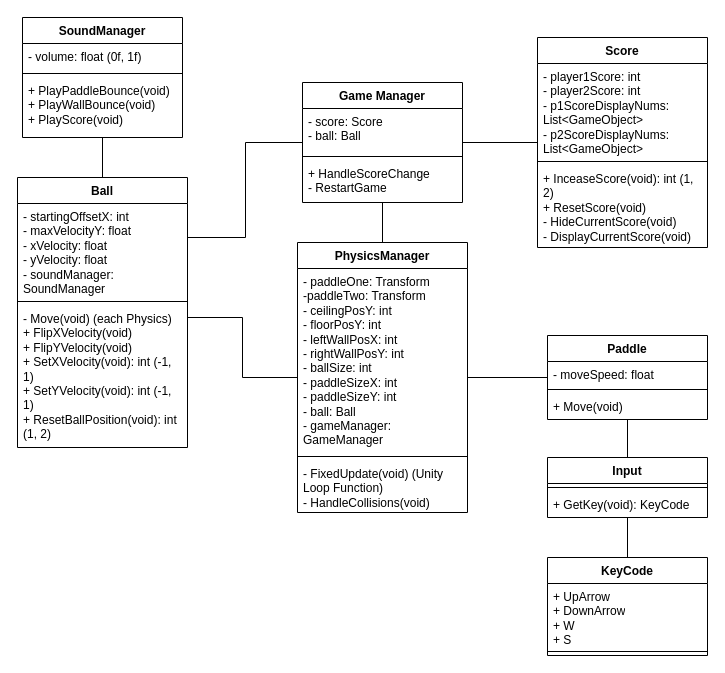
Before: Documents/UML_Pong.drawio in codingcaiden03/codingcaiden03, a draw.io diagram. Source tidied: cells renumbered, new cells numbered last; positions are measured from the earlier drawing's top-left corner, leaving out a move shared by most shapes. Both pictures are drawn from the tidied source at 100%, with x=0, y=0 at pixel (17, 17).
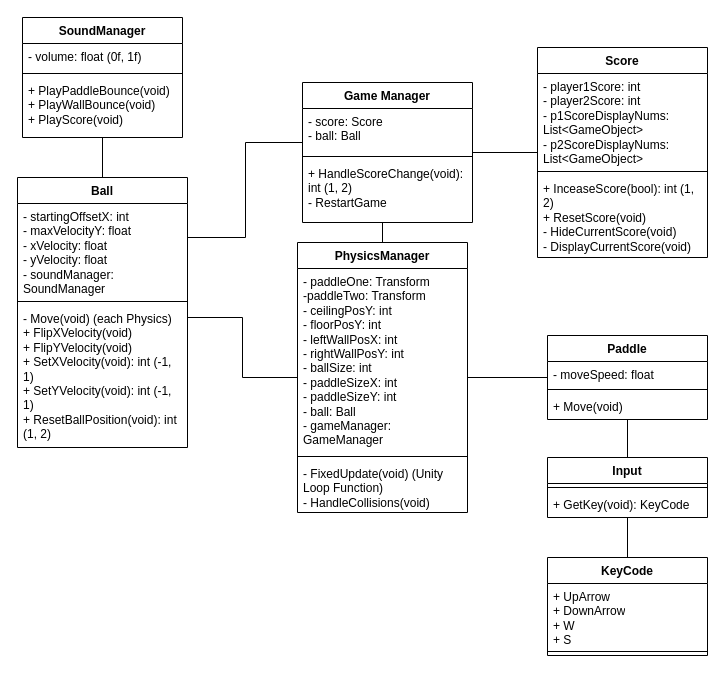
Above is the later version.

The edit, as a diff of the source:
```diff
@@
     <mxCell id="16" value="&lt;div&gt;Score&lt;/div&gt;" style="swimlane;fontStyle=1;align=center;verticalAlign=top;horizontal=1;startSize=26;whiteSpace=wrap;html=1;" parent="1" vertex="1">
-      <mxGeometry x="520" y="20" width="170" height="210" as="geometry" />
+      <mxGeometry x="520" y="30" width="170" height="210" as="geometry" />
     </mxCell>
@@
-    <mxCell id="19" value="&lt;div&gt;+ InceaseScore(void): int (1, 2)&lt;/div&gt;&lt;div&gt;+ ResetScore(void)&lt;br&gt;&lt;/div&gt;&lt;div&gt;- HideCurrentScore(void)&lt;/div&gt;&lt;div&gt;- DisplayCurrentScore(void)&lt;br&gt;&lt;/div&gt;" style="text;strokeColor=none;fillColor=none;align=left;verticalAlign=top;spacingLeft=4;spacingRight=4;overflow=hidden;whiteSpace=wrap;html=1;" parent="16" vertex="1">
+    <mxCell id="19" value="&lt;div&gt;+ InceaseScore(bool): int (1, 2)&lt;/div&gt;&lt;div&gt;+ ResetScore(void)&lt;br&gt;&lt;/div&gt;&lt;div&gt;- HideCurrentScore(void)&lt;/div&gt;&lt;div&gt;- DisplayCurrentScore(void)&lt;br&gt;&lt;/div&gt;" style="text;strokeColor=none;fillColor=none;align=left;verticalAlign=top;spacingLeft=4;spacingRight=4;overflow=hidden;whiteSpace=wrap;html=1;" parent="16" vertex="1">
       <mxGeometry y="128" width="170" height="82" as="geometry" />
     </mxCell>
@@
     <mxCell id="29" value="Game Manager" style="swimlane;fontStyle=1;align=center;verticalAlign=top;horizontal=1;startSize=26;whiteSpace=wrap;html=1;" parent="1" vertex="1">
-      <mxGeometry x="285" y="65" width="160" height="120" as="geometry" />
+      <mxGeometry x="285" y="65" width="170" height="140" as="geometry" />
     </mxCell>
     <mxCell id="30" value="&lt;div&gt;- score: Score&lt;br&gt;&lt;/div&gt;&lt;div&gt;- ball: Ball&lt;/div&gt;" style="text;strokeColor=none;fillColor=none;align=left;verticalAlign=top;spacingLeft=4;spacingRight=4;overflow=hidden;whiteSpace=wrap;html=1;" parent="29" vertex="1">
-      <mxGeometry y="26" width="160" height="44" as="geometry" />
+      <mxGeometry y="26" width="170" height="44" as="geometry" />
     </mxCell>
     <mxCell id="31" style="line;strokeWidth=1;fillColor=none;align=left;verticalAlign=middle;spacingTop=-1;spacingLeft=3;spacingRight=3;labelPosition=right;strokeColor=inherit;" parent="29" vertex="1">
-      <mxGeometry y="70" width="160" height="8" as="geometry" />
+      <mxGeometry y="70" width="170" height="8" as="geometry" />
     </mxCell>
-    <mxCell id="32" value="&lt;div&gt;+ HandleScoreChange&lt;/div&gt;&lt;div&gt;- RestartGame&lt;br&gt;&lt;/div&gt;" style="text;strokeColor=none;fillColor=none;align=left;verticalAlign=top;spacingLeft=4;spacingRight=4;overflow=hidden;whiteSpace=wrap;html=1;" parent="29" vertex="1">
-      <mxGeometry y="78" width="160" height="42" as="geometry" />
+    <mxCell id="32" value="&lt;div&gt;+ HandleScoreChange(void): int (1, 2)&lt;/div&gt;&lt;div&gt;- RestartGame&lt;br&gt;&lt;/div&gt;" style="text;strokeColor=none;fillColor=none;align=left;verticalAlign=top;spacingLeft=4;spacingRight=4;overflow=hidden;whiteSpace=wrap;html=1;" parent="29" vertex="1">
+      <mxGeometry y="78" width="170" height="62" as="geometry" />
     </mxCell>
```
